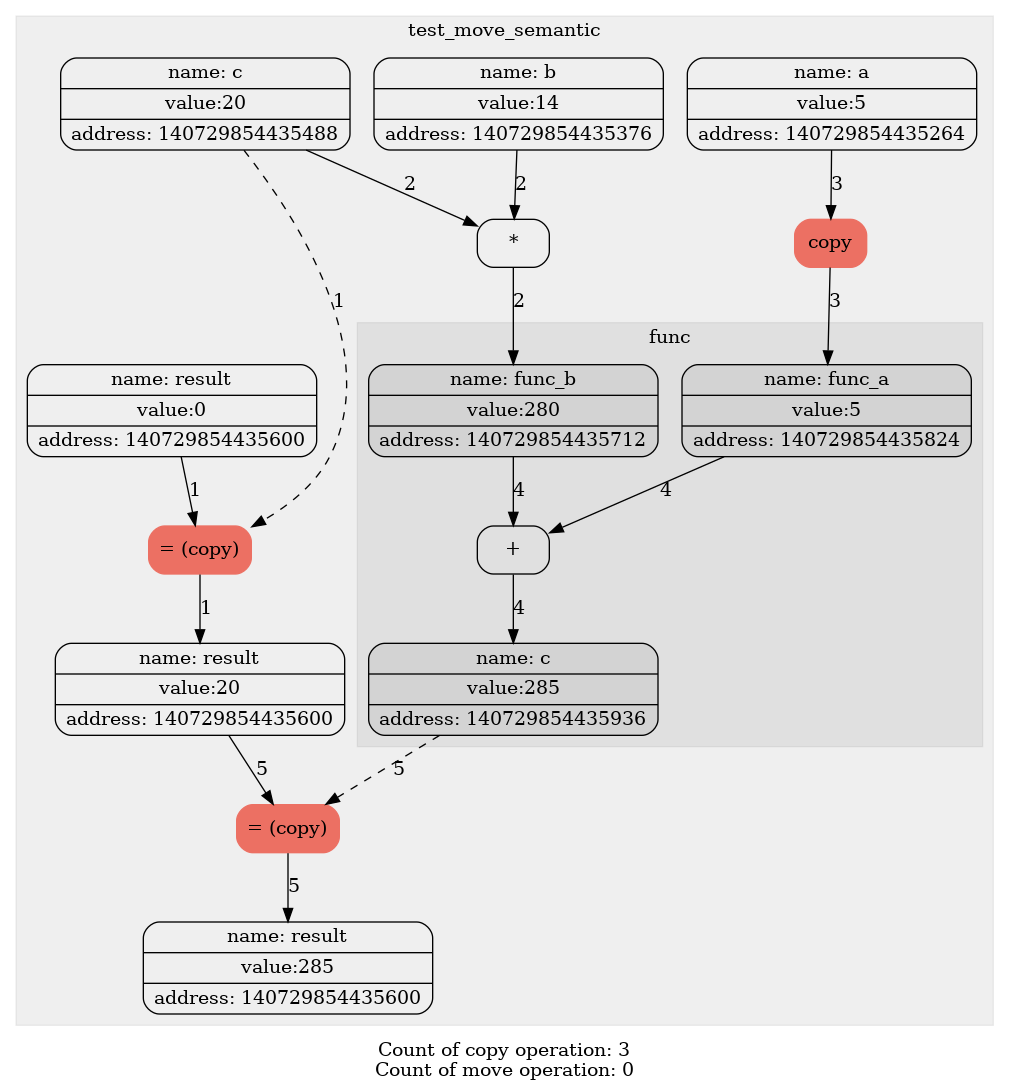
Before: diagrams/graph_no_flag.png, a diagram exported from Graphviz (levasemin/Move_Semantic). Its source is kept beside it as diagrams/graph_no_flag.dot.
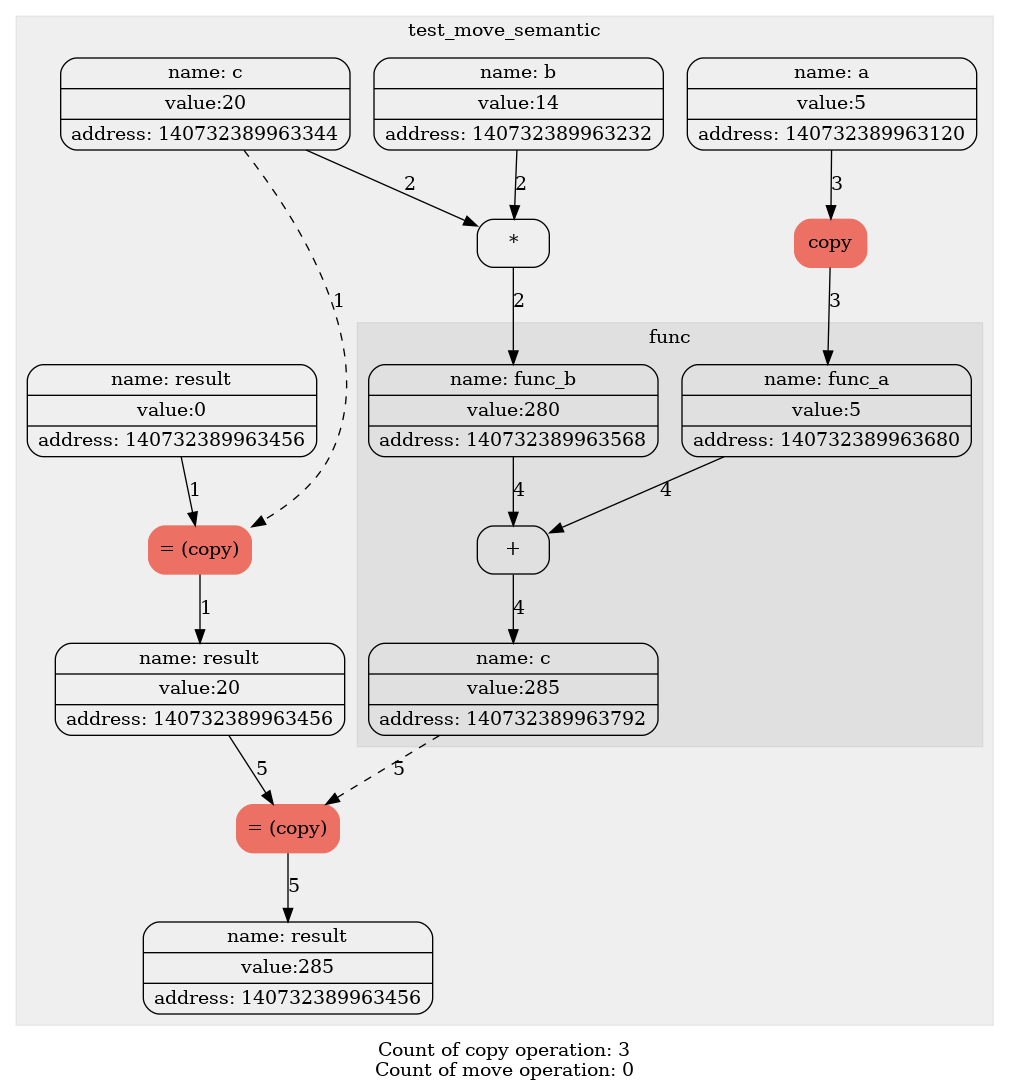
The same diagram one commit later.

What changed in the source:
```diff
@@ -6,30 +6,30 @@
 label = test_move_semantic;
 style= filled
 color = "#00000010";
-1[label="{ {name: tmp0} | {value:5} | {address: 140729854435264}} " color=""style=""];
-1[label="{ {name: a} | {value:5} | {address: 140729854435264}} " color=""style=""];
-2[label="{ {name: tmp1} | {value:14} | {address: 140729854435376}} " color=""style=""];
-2[label="{ {name: b} | {value:14} | {address: 140729854435376}} " color=""style=""];
-3[label="{ {name: tmp2} | {value:20} | {address: 140729854435488}} " color=""style=""];
-3[label="{ {name: c} | {value:20} | {address: 140729854435488}} " color=""style=""];
-4[label="{ {name: tmp3} | {value:0} | {address: 140729854435600}} " color=""style=""];
-4[label="{ {name: result} | {value:0} | {address: 140729854435600}} " color=""style=""];
+1[label="{ {name: tmp0} | {value:5} | {address: 140732389963120}} " color=""style=""];
+1[label="{ {name: a} | {value:5} | {address: 140732389963120}} " color=""style=""];
+2[label="{ {name: tmp1} | {value:14} | {address: 140732389963232}} " color=""style=""];
+2[label="{ {name: b} | {value:14} | {address: 140732389963232}} " color=""style=""];
+3[label="{ {name: tmp2} | {value:20} | {address: 140732389963344}} " color=""style=""];
+3[label="{ {name: c} | {value:20} | {address: 140732389963344}} " color=""style=""];
+4[label="{ {name: tmp3} | {value:0} | {address: 140732389963456}} " color=""style=""];
+4[label="{ {name: result} | {value:0} | {address: 140732389963456}} " color=""style=""];
 5[label="= (copy)" color = "#EC7063" style = "filled"];
 edge[style = "" color = ""label = "1"]4->5;
 edge[style = "dashed" color = ""label = "1"]3->5;
-6[label="{ {name: result} | {value:20} | {address: 140729854435600}} " color=""style=""];
+6[label="{ {name: result} | {value:20} | {address: 140732389963456}} " color=""style=""];
 edge[style = "" color = ""label = "1"]5->6;
 7[label="*" color = "" style = ""];
 edge[style = "" color = ""label = "2"]2->7;
 edge[style = "" color = ""label = "2"]3->7;
-8[label="{ {name: tmp4} | {value:280} | {address: 140729854435712}} " color=""style="filled"];
+8[label="{ {name: tmp4} | {value:280} | {address: 140732389963568}} " color=""style=""];
 edge[style = "" color = ""label = "2"]7->8;
 9[label="copy" color = "#EC7063" style = "filled"];
 edge[style = "" color = ""label = "3"]1->9;
-10[label="{ {name: tmp5} | {value:5} | {address: 140729854435824}} " color=""style="filled"];
+10[label="{ {name: tmp5} | {value:5} | {address: 140732389963680}} " color=""style=""];
 edge[style = "" color = ""label = "3"]9->10;
-10[label="{ {name: func_a} | {value:5} | {address: 140729854435824}} " color=""style="filled"];
-8[label="{ {name: func_b} | {value:280} | {address: 140729854435712}} " color=""style="filled"];
+10[label="{ {name: func_a} | {value:5} | {address: 140732389963680}} " color=""style=""];
+8[label="{ {name: func_b} | {value:280} | {address: 140732389963568}} " color=""style=""];
 subgraph "cluster_1" {
 label = func;
 style= filled
@@ -37,14 +37,14 @@
 11[label="+" color = "" style = ""];
 edge[style = "" color = ""label = "4"]10->11;
 edge[style = "" color = ""label = "4"]8->11;
-12[label="{ {name: tmp6} | {value:285} | {address: 140729854435936}} " color=""style="filled"];
+12[label="{ {name: tmp6} | {value:285} | {address: 140732389963792}} " color=""style=""];
 edge[style = "" color = ""label = "4"]11->12;
-12[label="{ {name: c} | {value:285} | {address: 140729854435936}} " color=""style="filled"];
+12[label="{ {name: c} | {value:285} | {address: 140732389963792}} " color=""style=""];
 }
 13[label="= (copy)" color = "#EC7063" style = "filled"];
 edge[style = "" color = ""label = "5"]6->13;
 edge[style = "dashed" color = ""label = "5"]12->13;
-14[label="{ {name: result} | {value:285} | {address: 140729854435600}} " color=""style=""];
+14[label="{ {name: result} | {value:285} | {address: 140732389963456}} " color=""style=""];
 edge[style = "" color = ""label = "5"]13->14;
 }
 label="Count of copy operation: 3
```
